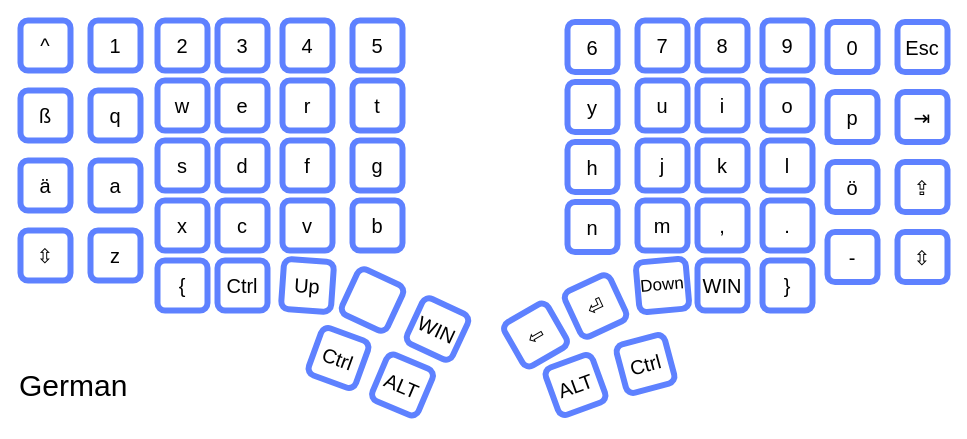
Before: page "Ge - Mac" (15 of 16) of layouts.drawio in maxistar/dacty, a draw.io diagram. Source tidied: cells renumbered, new cells numbered last; positions are measured from the earlier drawing's top-left corner, leaving out a move shared by most shapes. Both pictures are drawn from the tidied source at 100%, with x=0, y=0 at pixel (17, 20).
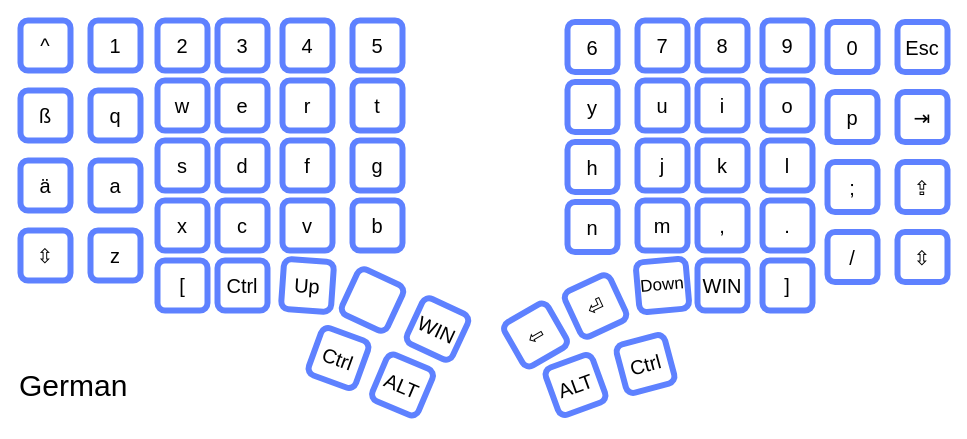
Above is the later version.

Diff of the diagram source:
```diff
@@
-    <mxCell id="14" value="&lt;font style=&quot;font-size: 20px;&quot;&gt;{&lt;/font&gt;" style="rounded=1;whiteSpace=wrap;html=1;strokeWidth=6;strokeColor=#5E81FF;" parent="1" vertex="1">
+    <mxCell id="14" value="&lt;font style=&quot;font-size: 20px;&quot;&gt;[&lt;/font&gt;" style="rounded=1;whiteSpace=wrap;html=1;strokeWidth=6;strokeColor=#5E81FF;" parent="1" vertex="1">
       <mxGeometry x="140" y="240" width="50" height="50" as="geometry" />
     </mxCell>
@@
-    <mxCell id="34" value="&lt;font style=&quot;font-size: 20px;&quot;&gt;ö&lt;/font&gt;" style="rounded=1;whiteSpace=wrap;html=1;strokeWidth=6;strokeColor=#5E81FF;" parent="1" vertex="1">
+    <mxCell id="34" value="&lt;span style=&quot;font-size: 20px;&quot;&gt;;&lt;/span&gt;" style="rounded=1;whiteSpace=wrap;html=1;strokeWidth=6;strokeColor=#5E81FF;" parent="1" vertex="1">
       <mxGeometry x="810" y="141.5" width="50" height="50" as="geometry" />
     </mxCell>
-    <mxCell id="35" value="&lt;font style=&quot;font-size: 20px;&quot;&gt;-&lt;/font&gt;" style="rounded=1;whiteSpace=wrap;html=1;strokeWidth=6;strokeColor=#5E81FF;" parent="1" vertex="1">
+    <mxCell id="35" value="&lt;font style=&quot;font-size: 20px;&quot;&gt;/&lt;/font&gt;" style="rounded=1;whiteSpace=wrap;html=1;strokeWidth=6;strokeColor=#5E81FF;" parent="1" vertex="1">
       <mxGeometry x="810" y="211.5" width="50" height="50" as="geometry" />
     </mxCell>
@@
-    <mxCell id="53" value="&lt;font style=&quot;font-size: 20px;&quot;&gt;}&lt;/font&gt;" style="rounded=1;whiteSpace=wrap;html=1;strokeWidth=6;strokeColor=#5E81FF;" parent="1" vertex="1">
+    <mxCell id="53" value="&lt;span style=&quot;font-size: 20px;&quot;&gt;]&lt;/span&gt;" style="rounded=1;whiteSpace=wrap;html=1;strokeWidth=6;strokeColor=#5E81FF;" parent="1" vertex="1">
       <mxGeometry x="745" y="240" width="50" height="50" as="geometry" />
     </mxCell>
```
